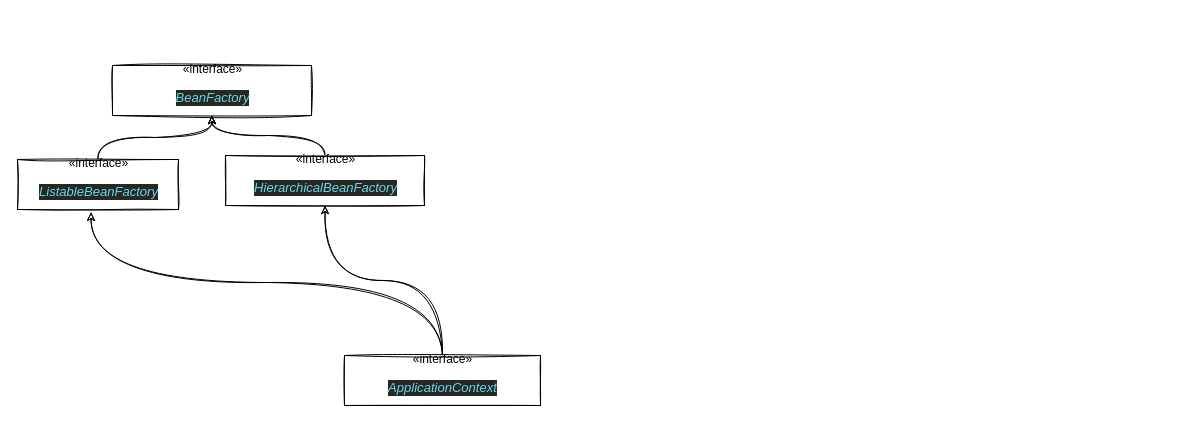
Before: page "Page-1" (1 of 2) of Untitled Diagram.drawio in alphatok/git-test, a draw.io diagram. Source tidied: cells renumbered, new cells numbered last; positions are measured from the earlier drawing's top-left corner, leaving out a move shared by most shapes. Both pictures are drawn from the tidied source at 100%, with x=0, y=0 at pixel (17, 65).
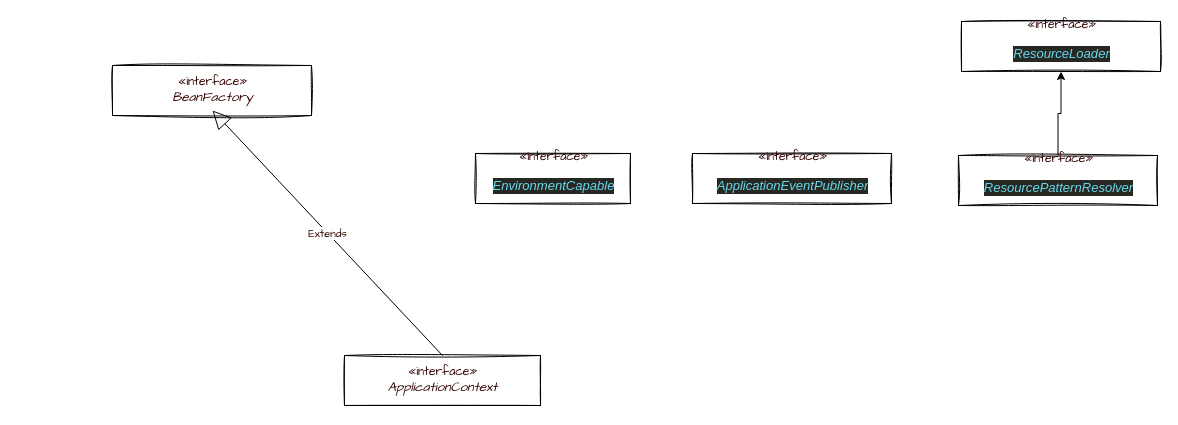
The same page after the edit.

Diff of the diagram source:
```diff
@@
 <mxGraphModel>
   <root>
     <mxCell id="0" />
     <mxCell id="1" parent="0" />
-    <mxCell id="2" style="edgeStyle=orthogonalEdgeStyle;rounded=1;jettySize=auto;html=1;exitX=0.5;exitY=0;exitDx=0;exitDy=0;entryX=0.457;entryY=1.057;entryDx=0;entryDy=0;entryPerimeter=0;sketch=1;curved=1;" parent="1" edge="1" source="4" target="6">
-      <mxGeometry relative="1" as="geometry" />
-    </mxCell>
-    <mxCell id="3" style="edgeStyle=orthogonalEdgeStyle;rounded=1;jettySize=auto;html=1;exitX=0.5;exitY=0;exitDx=0;exitDy=0;entryX=0.5;entryY=1;entryDx=0;entryDy=0;sketch=1;curved=1;" parent="1" edge="1" source="4" target="8">
-      <mxGeometry relative="1" as="geometry" />
-    </mxCell>
-    <mxCell id="4" value="«interface»&lt;br&gt;&lt;pre style=&quot;background-color: #272822 ; color: #f8f8f2 ; font-family: &amp;#34;jetbrains mono&amp;#34; ; font-size: 9.8pt&quot;&gt;&lt;span style=&quot;color: #66d9ef ; font-style: italic&quot;&gt;ApplicationContext&lt;/span&gt;&lt;/pre&gt;" style="html=1;rounded=0;sketch=1;" parent="1" vertex="1">
+    <mxCell id="4" value="«interface»&lt;br&gt;&lt;div style=&quot;font-size: 9.8pt;&quot;&gt;&lt;span style=&quot;font-style: italic;&quot;&gt;ApplicationContext&lt;/span&gt;&lt;/div&gt;" style="html=1;rounded=0;sketch=1;fontColor=#330000;labelBorderColor=none;fontFamily=Comic Sans MS;" parent="1" vertex="1">
       <mxGeometry x="327" y="290" width="196" height="50" as="geometry" />
     </mxCell>
-    <mxCell id="5" style="edgeStyle=orthogonalEdgeStyle;rounded=1;jettySize=auto;html=1;exitX=0.5;exitY=0;exitDx=0;exitDy=0;sketch=1;curved=1;" parent="1" edge="1" source="6" target="9">
-      <mxGeometry relative="1" as="geometry" />
-    </mxCell>
-    <mxCell id="6" value="«interface»&lt;br&gt;&lt;pre style=&quot;background-color: #272822 ; color: #f8f8f2 ; font-family: &amp;#34;jetbrains mono&amp;#34; ; font-size: 9.8pt&quot;&gt;&lt;pre style=&quot;font-family: &amp;#34;jetbrains mono&amp;#34; ; font-size: 9.8pt&quot;&gt;&lt;pre style=&quot;font-family: &amp;#34;jetbrains mono&amp;#34; ; font-size: 9.8pt&quot;&gt;&lt;span style=&quot;color: #66d9ef ; font-style: italic&quot;&gt;ListableBeanFactory&lt;/span&gt;&lt;/pre&gt;&lt;/pre&gt;&lt;/pre&gt;" style="html=1;rounded=0;sketch=1;" parent="1" vertex="1">
-      <mxGeometry y="94" width="161" height="50" as="geometry" />
-    </mxCell>
-    <mxCell id="7" style="edgeStyle=orthogonalEdgeStyle;rounded=1;jettySize=auto;html=1;exitX=0.5;exitY=0;exitDx=0;exitDy=0;entryX=0.5;entryY=1;entryDx=0;entryDy=0;sketch=1;curved=1;" parent="1" edge="1" source="8" target="9">
-      <mxGeometry relative="1" as="geometry" />
-    </mxCell>
-    <mxCell id="8" value="«interface»&lt;br&gt;&lt;pre style=&quot;background-color: #272822 ; color: #f8f8f2 ; font-family: &amp;#34;jetbrains mono&amp;#34; ; font-size: 9.8pt&quot;&gt;&lt;pre style=&quot;font-family: &amp;#34;jetbrains mono&amp;#34; ; font-size: 9.8pt&quot;&gt;&lt;pre style=&quot;font-family: &amp;#34;jetbrains mono&amp;#34; ; font-size: 9.8pt&quot;&gt;&lt;pre style=&quot;font-family: &amp;#34;jetbrains mono&amp;#34; ; font-size: 9.8pt&quot;&gt;&lt;span style=&quot;color: #66d9ef ; font-style: italic&quot;&gt;HierarchicalBeanFactory&lt;/span&gt;&lt;/pre&gt;&lt;/pre&gt;&lt;/pre&gt;&lt;/pre&gt;" style="html=1;rounded=0;sketch=1;" parent="1" vertex="1">
-      <mxGeometry x="208" y="90" width="199" height="50" as="geometry" />
-    </mxCell>
-    <mxCell id="9" value="«interface»&lt;br&gt;&lt;pre style=&quot;background-color: #272822 ; color: #f8f8f2 ; font-family: &amp;#34;jetbrains mono&amp;#34; ; font-size: 9.8pt&quot;&gt;&lt;pre style=&quot;font-family: &amp;#34;jetbrains mono&amp;#34; ; font-size: 9.8pt&quot;&gt;&lt;pre style=&quot;font-family: &amp;#34;jetbrains mono&amp;#34; ; font-size: 9.8pt&quot;&gt;&lt;pre style=&quot;font-family: &amp;#34;jetbrains mono&amp;#34; ; font-size: 9.8pt&quot;&gt;&lt;pre style=&quot;font-family: &amp;#34;jetbrains mono&amp;#34; ; font-size: 9.8pt&quot;&gt;&lt;span style=&quot;color: #66d9ef ; font-style: italic&quot;&gt;BeanFactory&lt;/span&gt;&lt;/pre&gt;&lt;/pre&gt;&lt;/pre&gt;&lt;/pre&gt;&lt;/pre&gt;" style="html=1;rounded=0;sketch=1;" parent="1" vertex="1">
+    <mxCell id="9" value="«interface»&lt;br&gt;&lt;div style=&quot;font-size: 9.8pt;&quot;&gt;&lt;div style=&quot;font-size: 9.8pt;&quot;&gt;&lt;div style=&quot;font-size: 9.8pt;&quot;&gt;&lt;div style=&quot;font-size: 9.8pt;&quot;&gt;&lt;div style=&quot;font-size: 9.8pt;&quot;&gt;&lt;span style=&quot;font-style: italic;&quot;&gt;BeanFactory&lt;/span&gt;&lt;/div&gt;&lt;/div&gt;&lt;/div&gt;&lt;/div&gt;&lt;/div&gt;" style="html=1;rounded=0;sketch=1;fontColor=#330000;labelBorderColor=none;fontFamily=Comic Sans MS;" parent="1" vertex="1">
       <mxGeometry x="95" width="199" height="50" as="geometry" />
     </mxCell>
+    <mxCell id="10" value="«interface»&lt;br&gt;&lt;div style=&quot;font-size: 9.8pt&quot;&gt;&lt;div style=&quot;font-size: 9.8pt&quot;&gt;&lt;div style=&quot;font-size: 9.8pt&quot;&gt;&lt;div style=&quot;font-size: 9.8pt&quot;&gt;&lt;pre style=&quot;background-color: #272822 ; color: #f8f8f2 ; font-family: &amp;#34;jetbrains mono&amp;#34; ; font-size: 9.8pt&quot;&gt;&lt;span style=&quot;color: #66d9ef ; font-style: italic&quot;&gt;EnvironmentCapable&lt;/span&gt;&lt;/pre&gt;&lt;/div&gt;&lt;/div&gt;&lt;/div&gt;&lt;/div&gt;" style="html=1;rounded=0;sketch=1;fontColor=#330000;labelBorderColor=none;fontFamily=Comic Sans MS;" parent="1" vertex="1">
+      <mxGeometry x="458" y="88" width="155" height="50" as="geometry" />
+    </mxCell>
+    <mxCell id="11" value="«interface»&lt;br&gt;&lt;div style=&quot;font-size: 9.8pt&quot;&gt;&lt;div style=&quot;font-size: 9.8pt&quot;&gt;&lt;div style=&quot;font-size: 9.8pt&quot;&gt;&lt;div style=&quot;font-size: 9.8pt&quot;&gt;&lt;pre style=&quot;background-color: #272822 ; color: #f8f8f2 ; font-family: &amp;#34;jetbrains mono&amp;#34; ; font-size: 9.8pt&quot;&gt;&lt;pre style=&quot;font-family: &amp;#34;jetbrains mono&amp;#34; ; font-size: 9.8pt&quot;&gt;&lt;span style=&quot;color: #66d9ef ; font-style: italic&quot;&gt;ApplicationEventPublisher&lt;/span&gt;&lt;/pre&gt;&lt;/pre&gt;&lt;/div&gt;&lt;/div&gt;&lt;/div&gt;&lt;/div&gt;" style="html=1;rounded=0;sketch=1;fontColor=#330000;labelBorderColor=none;fontFamily=Comic Sans MS;" parent="1" vertex="1">
+      <mxGeometry x="675" y="88" width="199" height="50" as="geometry" />
+    </mxCell>
+    <mxCell id="12" style="edgeStyle=orthogonalEdgeStyle;rounded=0;jettySize=auto;html=1;exitX=0.5;exitY=0;exitDx=0;exitDy=0;entryX=0.5;entryY=1;entryDx=0;entryDy=0;fontFamily=Comic Sans MS;fontColor=#330000;" parent="1" edge="1" source="13" target="14">
+      <mxGeometry relative="1" as="geometry" />
+    </mxCell>
+    <mxCell id="13" value="«interface»&lt;br&gt;&lt;div style=&quot;font-size: 9.8pt&quot;&gt;&lt;div style=&quot;font-size: 9.8pt&quot;&gt;&lt;div style=&quot;font-size: 9.8pt&quot;&gt;&lt;div style=&quot;font-size: 9.8pt&quot;&gt;&lt;pre style=&quot;background-color: #272822 ; color: #f8f8f2 ; font-family: &amp;#34;jetbrains mono&amp;#34; ; font-size: 9.8pt&quot;&gt;&lt;pre style=&quot;font-family: &amp;#34;jetbrains mono&amp;#34; ; font-size: 9.8pt&quot;&gt;&lt;pre style=&quot;font-family: &amp;#34;jetbrains mono&amp;#34; ; font-size: 9.8pt&quot;&gt;&lt;span style=&quot;color: #66d9ef ; font-style: italic&quot;&gt;ResourcePatternResolver&lt;/span&gt;&lt;/pre&gt;&lt;/pre&gt;&lt;/pre&gt;&lt;/div&gt;&lt;/div&gt;&lt;/div&gt;&lt;/div&gt;" style="html=1;rounded=0;sketch=1;fontColor=#330000;labelBorderColor=none;fontFamily=Comic Sans MS;" parent="1" vertex="1">
+      <mxGeometry x="941" y="90" width="199" height="50" as="geometry" />
+    </mxCell>
+    <mxCell id="14" value="«interface»&lt;br&gt;&lt;div style=&quot;font-size: 9.8pt&quot;&gt;&lt;div style=&quot;font-size: 9.8pt&quot;&gt;&lt;div style=&quot;font-size: 9.8pt&quot;&gt;&lt;div style=&quot;font-size: 9.8pt&quot;&gt;&lt;pre style=&quot;background-color: #272822 ; color: #f8f8f2 ; font-family: &amp;#34;jetbrains mono&amp;#34; ; font-size: 9.8pt&quot;&gt;&lt;pre style=&quot;font-family: &amp;#34;jetbrains mono&amp;#34; ; font-size: 9.8pt&quot;&gt;&lt;pre style=&quot;font-family: &amp;#34;jetbrains mono&amp;#34; ; font-size: 9.8pt&quot;&gt;&lt;pre style=&quot;font-family: &amp;#34;jetbrains mono&amp;#34; ; font-size: 9.8pt&quot;&gt;&lt;span style=&quot;color: #66d9ef ; font-style: italic&quot;&gt;ResourceLoader&lt;/span&gt;&lt;/pre&gt;&lt;/pre&gt;&lt;/pre&gt;&lt;/pre&gt;&lt;/div&gt;&lt;/div&gt;&lt;/div&gt;&lt;/div&gt;" style="html=1;rounded=0;sketch=1;fontColor=#330000;labelBorderColor=none;fontFamily=Comic Sans MS;" parent="1" vertex="1">
+      <mxGeometry x="944" y="-44" width="199" height="50" as="geometry" />
+    </mxCell>
+    <mxCell id="15" value="Extends" style="endArrow=block;endSize=16;endFill=0;html=1;fontFamily=Comic Sans MS;fontColor=#330000;exitX=0.5;exitY=0;exitDx=0;exitDy=0;" parent="1" edge="1" source="4">
+      <mxGeometry relative="1" as="geometry">
+        <mxPoint x="195" y="45" as="targetPoint" />
+      </mxGeometry>
+    </mxCell>
   </root>
 </mxGraphModel>
```
